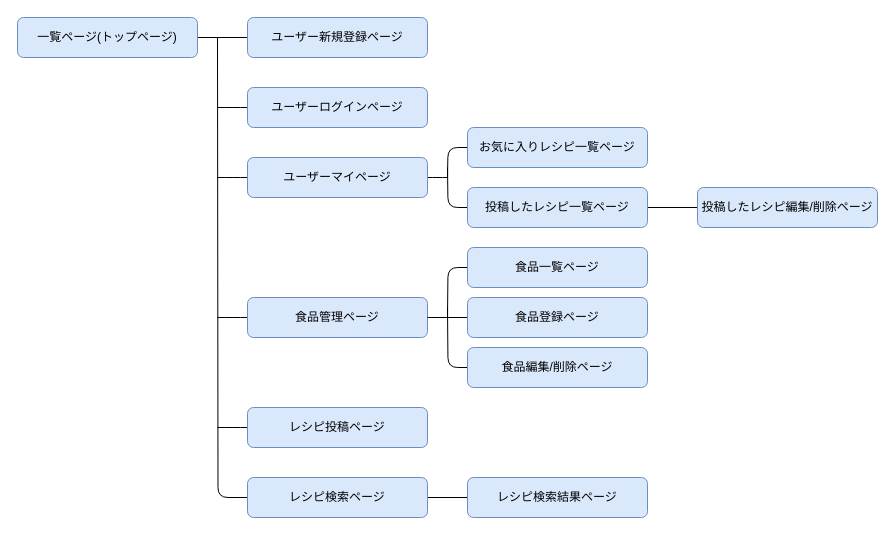
This is pege.dio from kawasaki1207/today_menu_recipe, a draw.io file, before an edit. Source tidied: cells renumbered, new cells numbered last; positions are measured from the earlier drawing's top-left corner, leaving out a move shared by most shapes. Both pictures are drawn from the tidied source at 100%, with x=0, y=0 at pixel (17, 17).
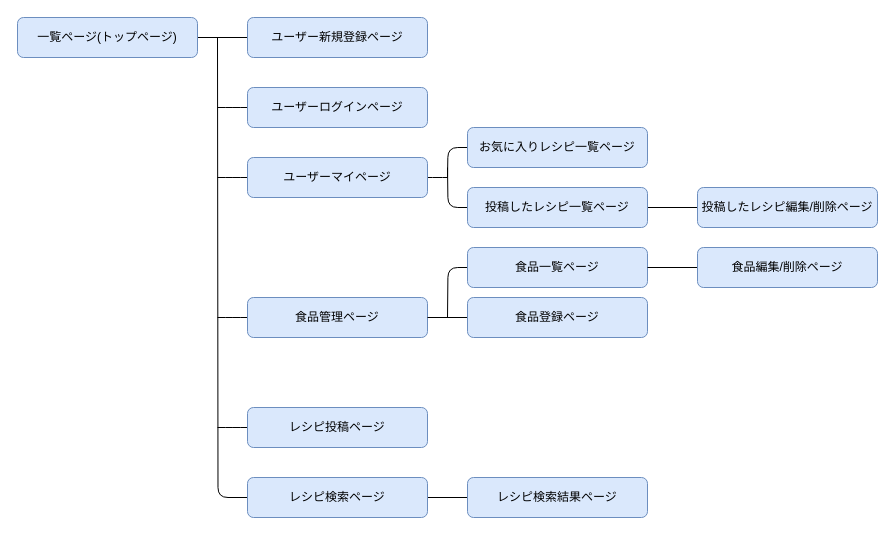
Above is the later version.

The change refers to these unchanged cells:
```xml
<mxCell id="20" value="食品一覧ページ" style="rounded=1;whiteSpace=wrap;html=1;fillColor=#dae8fc;strokeColor=#6c8ebf;fontColor=#000000;" parent="1" vertex="1">
  <mxGeometry x="450" y="230" width="180" height="40" as="geometry" />
</mxCell>
```

Change to the diagram source:
```diff
@@
-    <mxCell id="23" style="edgeStyle=orthogonalEdgeStyle;html=1;exitX=0;exitY=0.5;exitDx=0;exitDy=0;fontColor=#000000;endArrow=none;endFill=0;" parent="1" edge="1" source="24">
-      <mxGeometry relative="1" as="geometry">
-        <mxPoint x="430" y="290" as="targetPoint" />
-      </mxGeometry>
-    </mxCell>
+    <mxCell id="30" style="edgeStyle=none;html=1;exitX=0;exitY=0.5;exitDx=0;exitDy=0;entryX=1;entryY=0.5;entryDx=0;entryDy=0;endArrow=none;endFill=0;" parent="1" edge="1" source="24" target="20">
+      <mxGeometry relative="1" as="geometry" />
+    </mxCell>
     <mxCell id="24" value="食品編集/削除ページ" style="rounded=1;whiteSpace=wrap;html=1;fillColor=#dae8fc;strokeColor=#6c8ebf;fontColor=#000000;" parent="1" vertex="1">
-      <mxGeometry x="450" y="330" width="180" height="40" as="geometry" />
+      <mxGeometry x="680" y="230" width="180" height="40" as="geometry" />
     </mxCell>
```
